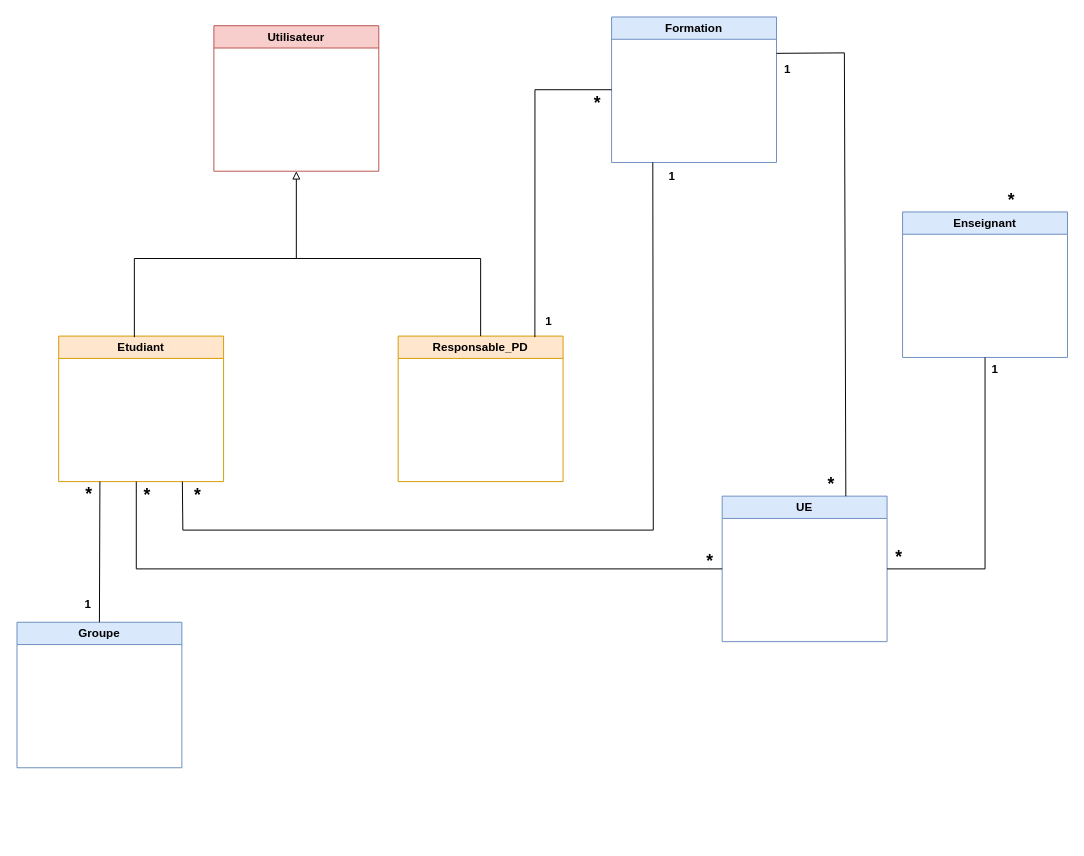
Earlier version of the draw.io diagram conception/gestion_inscription_pedagogique.drawio (gaye-00/gestion_inscription_pedagogique). Source tidied: cells renumbered, new cells numbered last; positions are measured from the earlier drawing's top-left corner, leaving out a move shared by most shapes. Both pictures are drawn from the tidied source at 97%, with x=0, y=0 at pixel (16, 16).
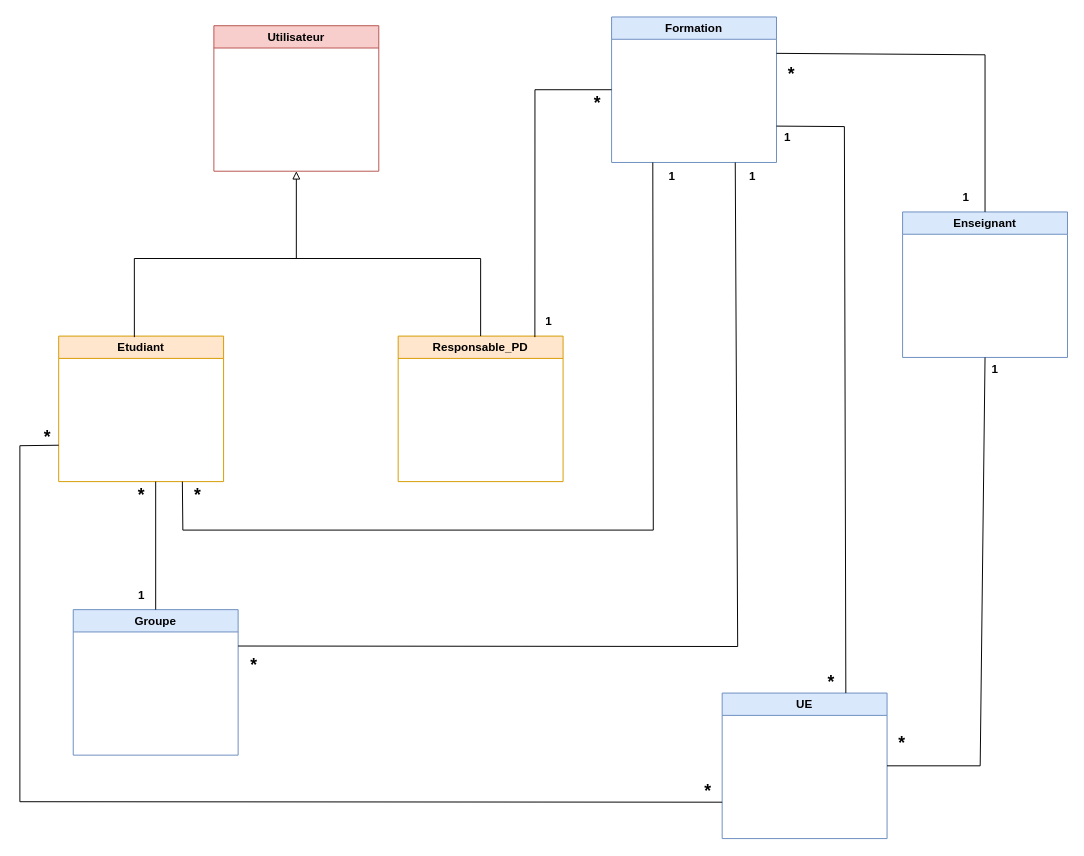
Above is the later version.

Unchanged cells that the change refers to:
```xml
<mxCell id="3" value="Etudiant" style="swimlane;whiteSpace=wrap;html=1;fillColor=#ffe6cc;strokeColor=#d79b00;" parent="1" vertex="1">
  <mxGeometry x="43" y="329" width="170" height="150" as="geometry" />
</mxCell>
<mxCell id="7" value="Formation" style="swimlane;whiteSpace=wrap;html=1;fillColor=#dae8fc;strokeColor=#6c8ebf;" parent="1" vertex="1">
  <mxGeometry x="613" width="170" height="150" as="geometry" />
</mxCell>
<mxCell id="25" value="Enseignant" style="swimlane;whiteSpace=wrap;html=1;fillColor=#dae8fc;strokeColor=#6c8ebf;" parent="1" vertex="1">
  <mxGeometry x="913" y="201" width="170" height="150" as="geometry" />
</mxCell>
```

What changed in the source:
```diff
@@
     <mxCell id="8" value="Groupe" style="swimlane;whiteSpace=wrap;html=1;fillColor=#dae8fc;strokeColor=#6c8ebf;" parent="1" vertex="1">
-      <mxGeometry y="624" width="170" height="150" as="geometry" />
+      <mxGeometry x="58" y="611" width="170" height="150" as="geometry" />
     </mxCell>
-    <mxCell id="9" style="endArrow=none;html=1;rounded=0;exitX=0.25;exitY=1;exitDx=0;exitDy=0;entryX=0.5;entryY=0;entryDx=0;entryDy=0;" parent="1" edge="1" source="3" target="8">
-      <mxGeometry relative="1" as="geometry" />
+    <mxCell id="9" style="endArrow=none;html=1;rounded=0;entryX=0.5;entryY=0;entryDx=0;entryDy=0;" parent="1" edge="1" target="8">
+      <mxGeometry relative="1" as="geometry">
+        <mxPoint x="143" y="479" as="sourcePoint" />
+      </mxGeometry>
     </mxCell>
     <mxCell id="10" value="UE" style="swimlane;whiteSpace=wrap;html=1;fillColor=#dae8fc;strokeColor=#6c8ebf;" parent="1" vertex="1">
-      <mxGeometry x="727" y="494" width="170" height="150" as="geometry" />
+      <mxGeometry x="727" y="697" width="170" height="150" as="geometry" />
     </mxCell>
-    <mxCell id="11" style="endArrow=none;html=1;rounded=0;entryX=0;entryY=0.5;entryDx=0;entryDy=0;" parent="1" edge="1" target="10">
+    <mxCell id="11" style="endArrow=none;html=1;rounded=0;entryX=0;entryY=0.75;entryDx=0;entryDy=0;exitX=0;exitY=0.75;exitDx=0;exitDy=0;" parent="1" edge="1" source="3" target="10">
       <mxGeometry relative="1" as="geometry">
-        <mxPoint x="123" y="479" as="sourcePoint" />
         <Array as="points">
-          <mxPoint x="123" y="569" />
+          <mxPoint x="3" y="442" />
+          <mxPoint x="3" y="809" />
         </Array>
       </mxGeometry>
     </mxCell>
-    <mxCell id="12" style="endArrow=none;html=1;rounded=0;exitX=0.75;exitY=0;exitDx=0;exitDy=0;entryX=1;entryY=0.25;entryDx=0;entryDy=0;" parent="1" edge="1" source="10" target="7">
+    <mxCell id="12" style="endArrow=none;html=1;rounded=0;exitX=0.75;exitY=0;exitDx=0;exitDy=0;entryX=1;entryY=0.75;entryDx=0;entryDy=0;" parent="1" edge="1" source="10" target="7">
       <mxGeometry relative="1" as="geometry">
         <Array as="points">
-          <mxPoint x="853" y="37" />
+          <mxPoint x="853" y="113" />
         </Array>
       </mxGeometry>
     </mxCell>
@@
     <mxCell id="14" value="&lt;b&gt;&lt;font style=&quot;font-size: 18px;&quot;&gt;*&lt;/font&gt;&lt;/b&gt;" style="text;html=1;align=center;verticalAlign=middle;strokeColor=none;fillColor=none;" parent="1" vertex="1">
-      <mxGeometry x="59" y="472" width="30" height="40" as="geometry" />
+      <mxGeometry x="16" y="414" width="30" height="40" as="geometry" />
     </mxCell>
     <mxCell id="15" value="&lt;b&gt;&lt;font style=&quot;font-size: 18px;&quot;&gt;*&lt;/font&gt;&lt;/b&gt;" style="text;html=1;align=center;verticalAlign=middle;strokeColor=none;fillColor=none;" parent="1" vertex="1">
-      <mxGeometry x="699" y="542" width="30" height="40" as="geometry" />
+      <mxGeometry x="783" y="39" width="30" height="40" as="geometry" />
     </mxCell>
     <mxCell id="16" value="&lt;b&gt;1&lt;/b&gt;" style="text;html=1;align=center;verticalAlign=middle;strokeColor=none;fillColor=none;" parent="1" vertex="1">
-      <mxGeometry x="58" y="591" width="30" height="30" as="geometry" />
+      <mxGeometry x="113" y="582" width="30" height="30" as="geometry" />
     </mxCell>
     <mxCell id="17" value="&lt;b&gt;&lt;font style=&quot;font-size: 18px;&quot;&gt;*&lt;/font&gt;&lt;/b&gt;" style="text;html=1;align=center;verticalAlign=middle;strokeColor=none;fillColor=none;" parent="1" vertex="1">
-      <mxGeometry x="119" y="473" width="30" height="40" as="geometry" />
+      <mxGeometry x="113" y="473" width="30" height="40" as="geometry" />
     </mxCell>
     <mxCell id="18" value="&lt;b&gt;1&lt;/b&gt;" style="text;html=1;align=center;verticalAlign=middle;strokeColor=none;fillColor=none;" parent="1" vertex="1">
-      <mxGeometry x="779" y="39" width="30" height="30" as="geometry" />
+      <mxGeometry x="779" y="109" width="30" height="30" as="geometry" />
     </mxCell>
     <mxCell id="19" value="&lt;b&gt;&lt;font style=&quot;font-size: 18px;&quot;&gt;*&lt;/font&gt;&lt;/b&gt;" style="text;html=1;align=center;verticalAlign=middle;strokeColor=none;fillColor=none;" parent="1" vertex="1">
-      <mxGeometry x="824" y="462" width="30" height="40" as="geometry" />
+      <mxGeometry x="824" y="666" width="30" height="40" as="geometry" />
     </mxCell>
@@
     <mxCell id="26" value="&lt;b&gt;&lt;font style=&quot;font-size: 18px;&quot;&gt;*&lt;/font&gt;&lt;/b&gt;" style="text;html=1;align=center;verticalAlign=middle;strokeColor=none;fillColor=none;" parent="1" vertex="1">
-      <mxGeometry x="1010" y="169" width="30" height="40" as="geometry" />
+      <mxGeometry x="897" y="729" width="30" height="40" as="geometry" />
     </mxCell>
     <mxCell id="27" style="endArrow=none;html=1;rounded=0;entryX=0.5;entryY=1;entryDx=0;entryDy=0;exitX=1;exitY=0.5;exitDx=0;exitDy=0;" parent="1" edge="1" source="10" target="25">
       <mxGeometry relative="1" as="geometry">
         <Array as="points">
-          <mxPoint x="998" y="569" />
+          <mxPoint x="993" y="772" />
         </Array>
       </mxGeometry>
     </mxCell>
@@
     <mxCell id="29" value="&lt;b&gt;&lt;font style=&quot;font-size: 18px;&quot;&gt;*&lt;/font&gt;&lt;/b&gt;" style="text;html=1;align=center;verticalAlign=middle;strokeColor=none;fillColor=none;" parent="1" vertex="1">
-      <mxGeometry x="894" y="537" width="30" height="40" as="geometry" />
+      <mxGeometry x="229" y="649" width="30" height="40" as="geometry" />
     </mxCell>
+    <mxCell id="30" style="endArrow=none;html=1;rounded=0;entryX=0.75;entryY=1;entryDx=0;entryDy=0;exitX=1;exitY=0.25;exitDx=0;exitDy=0;" parent="1" edge="1" source="8" target="7">
+      <mxGeometry relative="1" as="geometry">
+        <Array as="points">
+          <mxPoint x="743" y="649" />
+        </Array>
+      </mxGeometry>
+    </mxCell>
+    <mxCell id="31" style="endArrow=none;html=1;rounded=0;exitX=1;exitY=0.25;exitDx=0;exitDy=0;entryX=0.5;entryY=0;entryDx=0;entryDy=0;" parent="1" edge="1" source="7" target="25">
+      <mxGeometry relative="1" as="geometry">
+        <Array as="points">
+          <mxPoint x="998" y="39" />
+        </Array>
+      </mxGeometry>
+    </mxCell>
+    <mxCell id="32" value="&lt;b&gt;1&lt;/b&gt;" style="text;html=1;align=center;verticalAlign=middle;strokeColor=none;fillColor=none;" parent="1" vertex="1">
+      <mxGeometry x="963" y="171" width="30" height="30" as="geometry" />
+    </mxCell>
+    <mxCell id="33" value="&lt;b&gt;&lt;font style=&quot;font-size: 18px;&quot;&gt;*&lt;/font&gt;&lt;/b&gt;" style="text;html=1;align=center;verticalAlign=middle;strokeColor=none;fillColor=none;" parent="1" vertex="1">
+      <mxGeometry x="697" y="779" width="30" height="40" as="geometry" />
+    </mxCell>
+    <mxCell id="34" value="&lt;b&gt;1&lt;/b&gt;" style="text;html=1;align=center;verticalAlign=middle;strokeColor=none;fillColor=none;" parent="1" vertex="1">
+      <mxGeometry x="743" y="150" width="30" height="30" as="geometry" />
+    </mxCell>
```
